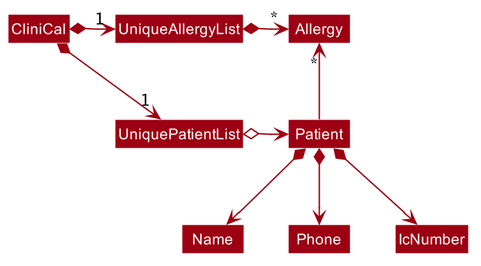
The PlantUML diagram docs/images/BetterModelClassDiagram.png in nus-cs2103-AY2021S1/tp, before a commit.
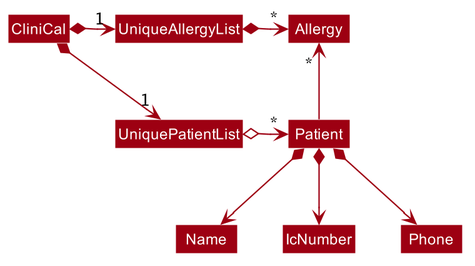
After the change.

What changed in the source:
```diff
@@ -57,11 +57,11 @@
 UniqueAllergyList -[hidden]down- UniquePatientList
 
 UniqueAllergyList *-right-> "*" Allergy
-UniquePatientList o-right-> Patient
+UniquePatientList o-right-> "*" Patient
 
-Patient -up-> "*" Allergy
+Patient -up-> "     *" Allergy
 
 Patient *--> Name
+Patient *--> IcNumber
 Patient *--> Phone
-Patient *--> IcNumber
 @enduml
```
